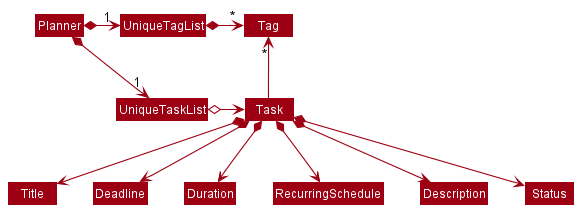
The PlantUML diagram docs/images/BetterModelClassDiagram.png in nus-cs2103-AY2021S2/tp, before a commit.
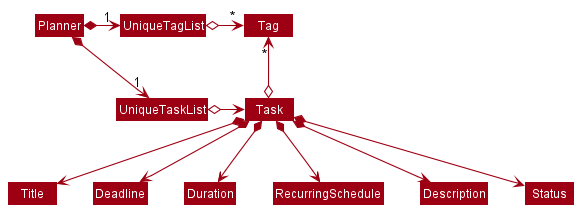
Above is the later version.

The edit, as a diff of the source:
```diff
@@ -9,10 +9,10 @@
 UniqueTagList -[hidden]down- UniqueTaskList
 UniqueTagList -[hidden]down- UniqueTaskList
 
-UniqueTagList *-right-> "*" Tag
+UniqueTagList o-right-> "*" Tag
 UniqueTaskList o-right-> Task
 
-Task -up-> "*" Tag
+Task o-up-> "*" Tag
 
 Task *--> Title
 Task *--> Deadline
```
